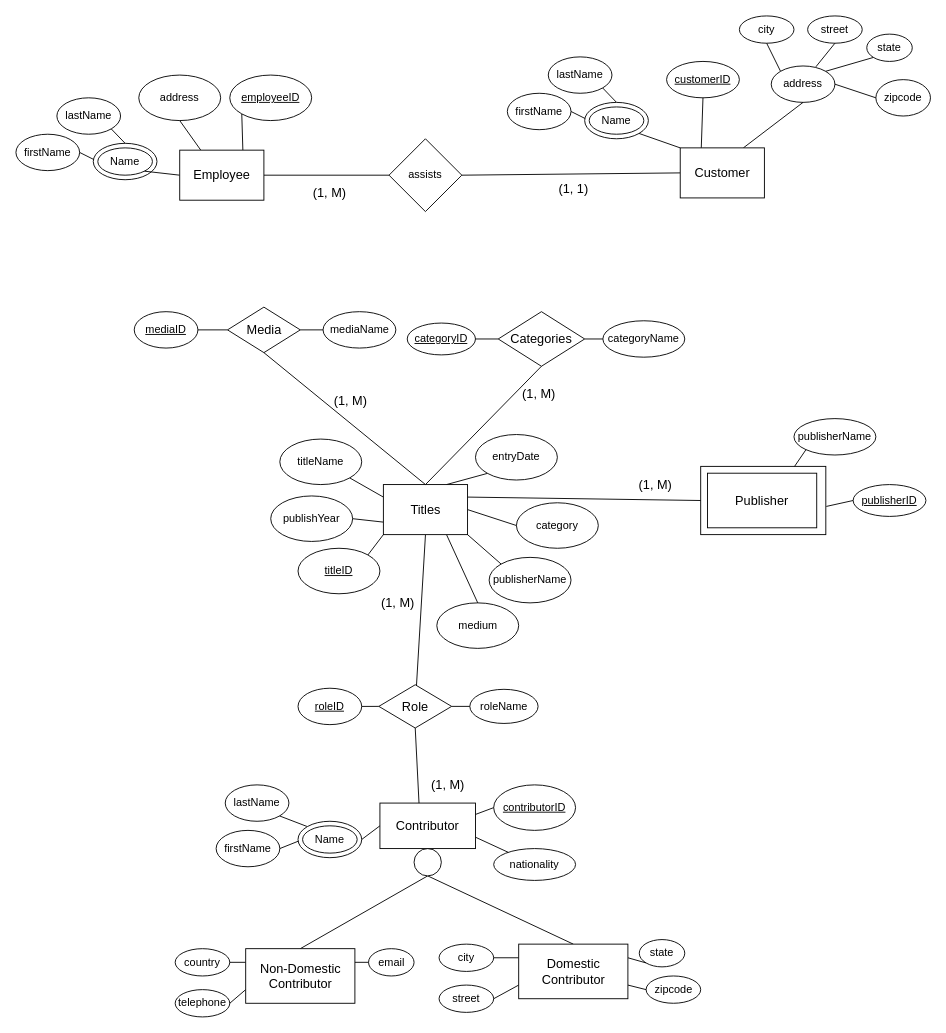
This is projecteerd.drawio from roning54/database_design, a draw.io file, before an edit. Source tidied: cells renumbered, new cells numbered last; positions are measured from the earlier drawing's top-left corner, leaving out a move shared by most shapes. Both pictures are drawn from the tidied source at 91%, with x=0, y=0 at pixel (15, 15).
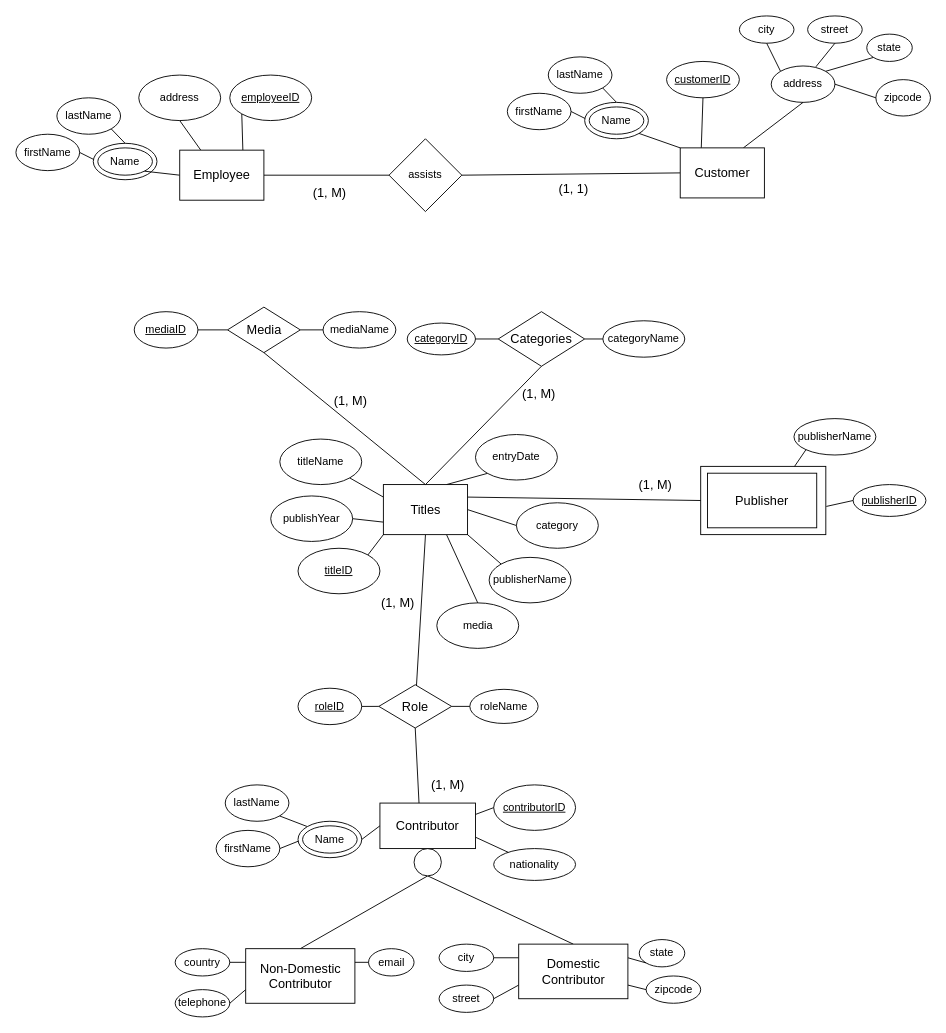
Above is the later version.

Change to the diagram source:
```diff
@@
-    <mxCell id="91" value="medium" style="ellipse;whiteSpace=wrap;html=1;" parent="1" vertex="1">
+    <mxCell id="91" value="media" style="ellipse;whiteSpace=wrap;html=1;" parent="1" vertex="1">
       <mxGeometry x="462.5" y="645" width="90" height="50" as="geometry" />
     </mxCell>
```
